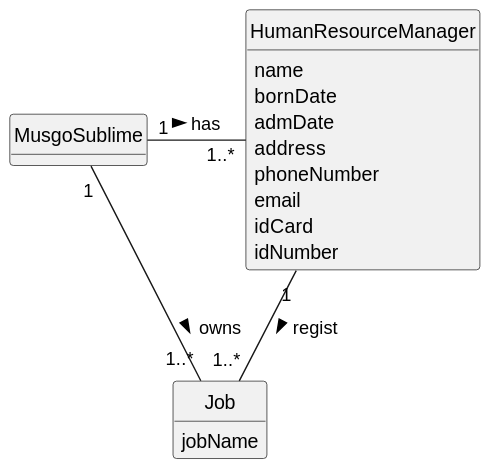
Earlier version of the PlantUML export docs/sprint2/us002/02.analysis/svg/us002-domain-model.svg (1231360-ISEP/lei-24-s2-1db-g021).
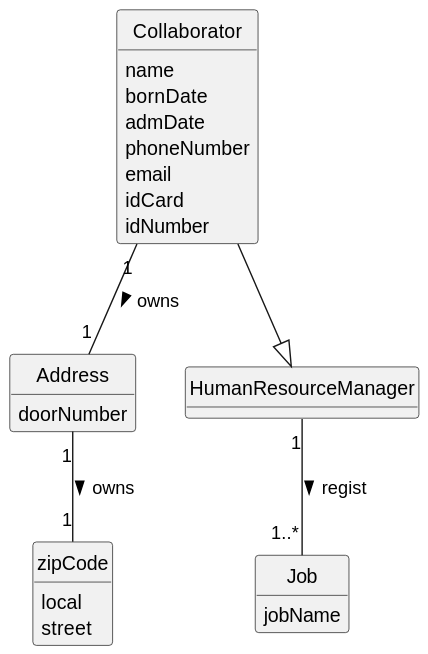
After the change.

Commit message:
US2 - Update Domain Model and SVG

Change to the diagram source:
```diff
@@ -8,25 +8,34 @@
 hide circle
 hide methods
 
-class MusgoSublime {
-}
-
-class HumanResourceManager {
+class Collaborator {
     name
     bornDate
     admDate
-    address
     phoneNumber
     email
     idCard
     idNumber
 }
 
+class Address {
+    doorNumber
+}
+
+class zipCode {
+    local
+    street
+}
+
+class HumanResourceManager {}
+
 class Job {
     jobName
 }
 
-MusgoSublime "1" - "1..*" HumanResourceManager: has >
+
+Collaborator --|> HumanResourceManager
 HumanResourceManager "1" -- "1..*" Job : regist >
-MusgoSublime "1" - "1..*" Job: owns >
+Collaborator "1" -- "1" Address: owns >
+Address "1" -- "1" zipCode : owns >
 @enduml
```
